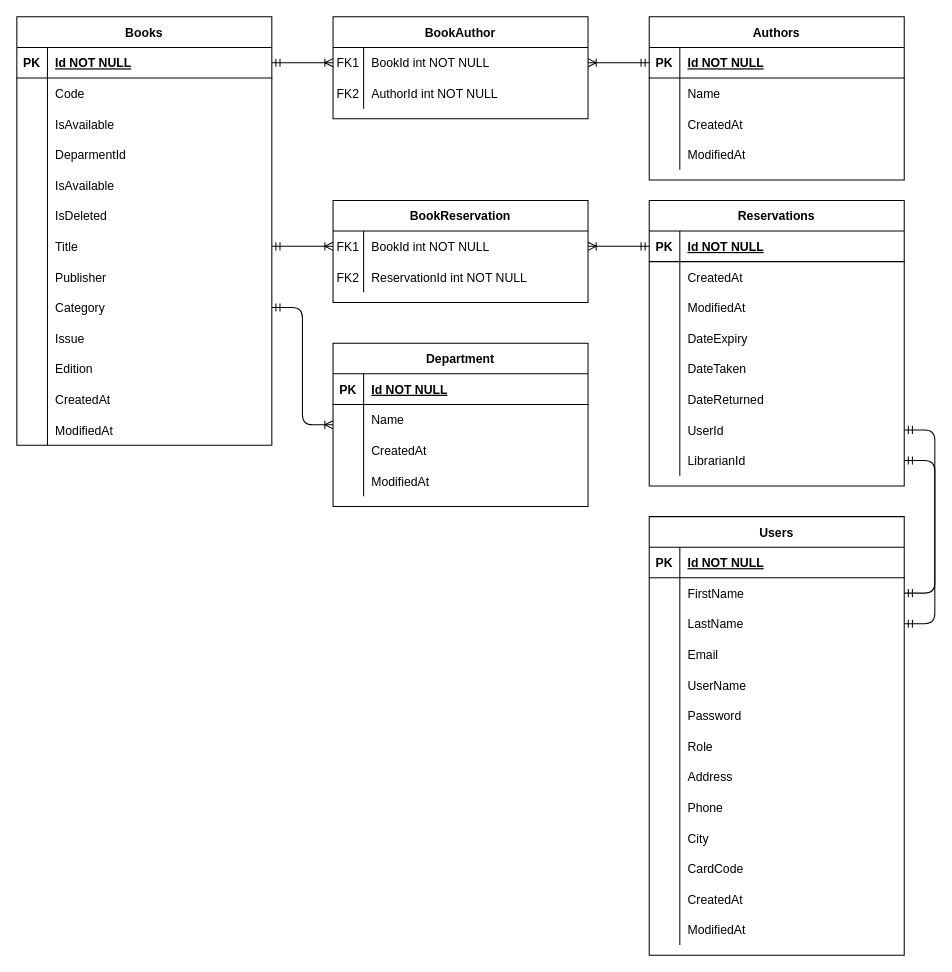
The draw.io diagram Untitled Diagram.drawio in misteryx96/libApp, before the edit. Source tidied: cells renumbered, new cells numbered last; positions are measured from the earlier drawing's top-left corner, leaving out a move shared by most shapes. Both pictures are drawn from the tidied source at 102%, with x=0, y=0 at pixel (16, 16).
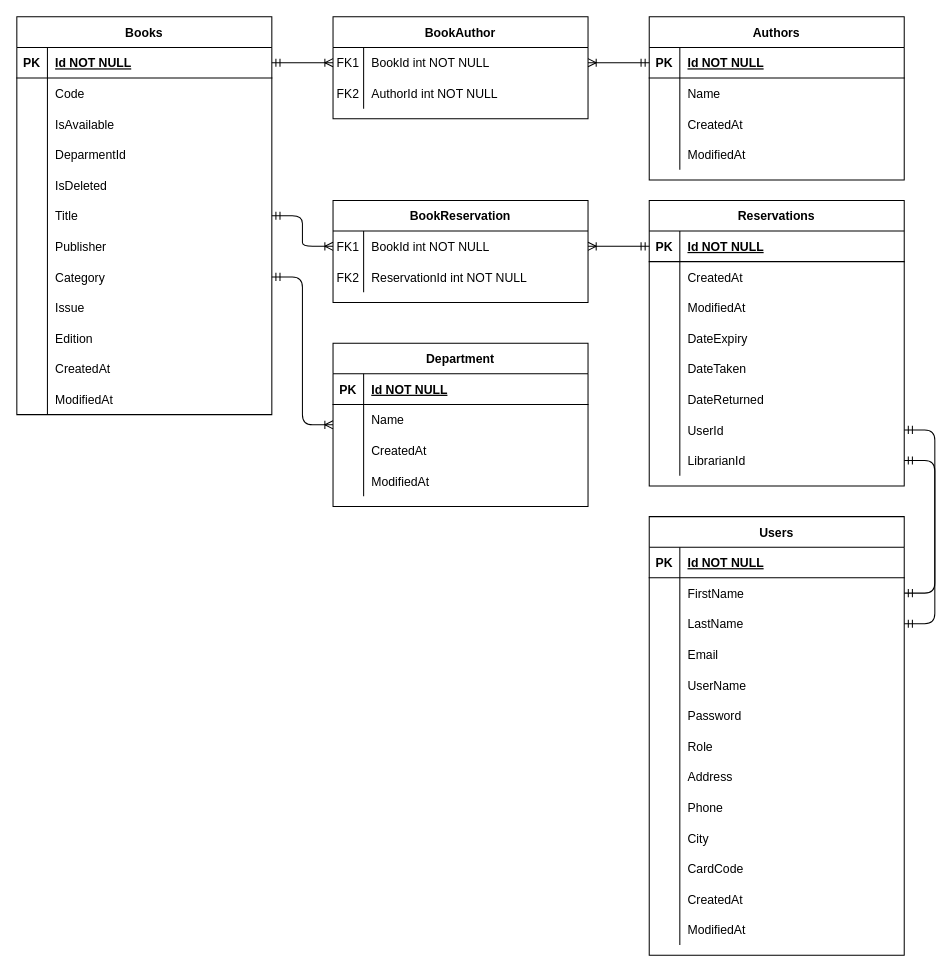
Above is the later version.

What changed in the source:
```diff
@@
     <mxCell id="22" value="Books" style="shape=table;startSize=30;childLayout=tableLayout;rowLines=0;fontStyle=1;align=center;" parent="1" vertex="1">
-      <mxGeometry width="250" height="420" as="geometry" />
+      <mxGeometry width="250" height="390" as="geometry" />
     </mxCell>
@@
-    <mxCell id="35" style="shape=partialRectangle;fillColor=none;top=0;left=0;right=0;bottom=0;" parent="22" vertex="1">
-      <mxGeometry y="150" width="250" height="30" as="geometry" />
-    </mxCell>
-    <mxCell id="36" style="shape=partialRectangle;overflow=hidden;fillColor=none;top=0;left=0;bottom=0;right=0;" parent="35" vertex="1">
-      <mxGeometry width="30" height="30" as="geometry" />
-    </mxCell>
-    <mxCell id="37" value="IsAvailable" style="shape=partialRectangle;overflow=hidden;fillColor=none;top=0;left=0;bottom=0;right=0;align=left;spacingLeft=6;" parent="35" vertex="1">
-      <mxGeometry x="30" width="220" height="30" as="geometry" />
-    </mxCell>
     <mxCell id="38" style="shape=partialRectangle;fillColor=none;top=0;left=0;right=0;bottom=0;" parent="22" vertex="1">
-      <mxGeometry y="180" width="250" height="30" as="geometry" />
+      <mxGeometry y="150" width="250" height="30" as="geometry" />
     </mxCell>
@@
     <mxCell id="41" style="shape=partialRectangle;fillColor=none;points=[[0,0.5],[1,0.5]];portConstraint=eastwest;top=0;left=0;right=0;bottom=0;" parent="22" vertex="1">
-      <mxGeometry y="210" width="250" height="30" as="geometry" />
+      <mxGeometry y="180" width="250" height="30" as="geometry" />
     </mxCell>
@@
     <mxCell id="44" style="shape=partialRectangle;fillColor=none;top=0;left=0;right=0;bottom=0;" parent="22" vertex="1">
-      <mxGeometry y="240" width="250" height="30" as="geometry" />
+      <mxGeometry y="210" width="250" height="30" as="geometry" />
     </mxCell>
@@
     <mxCell id="47" style="shape=partialRectangle;fillColor=none;points=[[0,0.5],[1,0.5]];portConstraint=eastwest;top=0;left=0;right=0;bottom=0;" parent="22" vertex="1">
-      <mxGeometry y="270" width="250" height="30" as="geometry" />
+      <mxGeometry y="240" width="250" height="30" as="geometry" />
     </mxCell>
@@
     <mxCell id="50" style="shape=partialRectangle;fillColor=none;top=0;left=0;right=0;bottom=0;" parent="22" vertex="1">
-      <mxGeometry y="300" width="250" height="30" as="geometry" />
+      <mxGeometry y="270" width="250" height="30" as="geometry" />
     </mxCell>
@@
     <mxCell id="53" style="shape=partialRectangle;fillColor=none;top=0;left=0;right=0;bottom=0;" parent="22" vertex="1">
-      <mxGeometry y="330" width="250" height="30" as="geometry" />
+      <mxGeometry y="300" width="250" height="30" as="geometry" />
     </mxCell>
@@
     <mxCell id="56" style="shape=partialRectangle;fillColor=none;top=0;left=0;right=0;bottom=0;" parent="22" vertex="1">
-      <mxGeometry y="360" width="250" height="30" as="geometry" />
+      <mxGeometry y="330" width="250" height="30" as="geometry" />
     </mxCell>
@@
     <mxCell id="59" style="shape=partialRectangle;fillColor=none;top=0;left=0;right=0;bottom=0;" parent="22" vertex="1">
-      <mxGeometry y="390" width="250" height="30" as="geometry" />
+      <mxGeometry y="360" width="250" height="30" as="geometry" />
     </mxCell>
```
